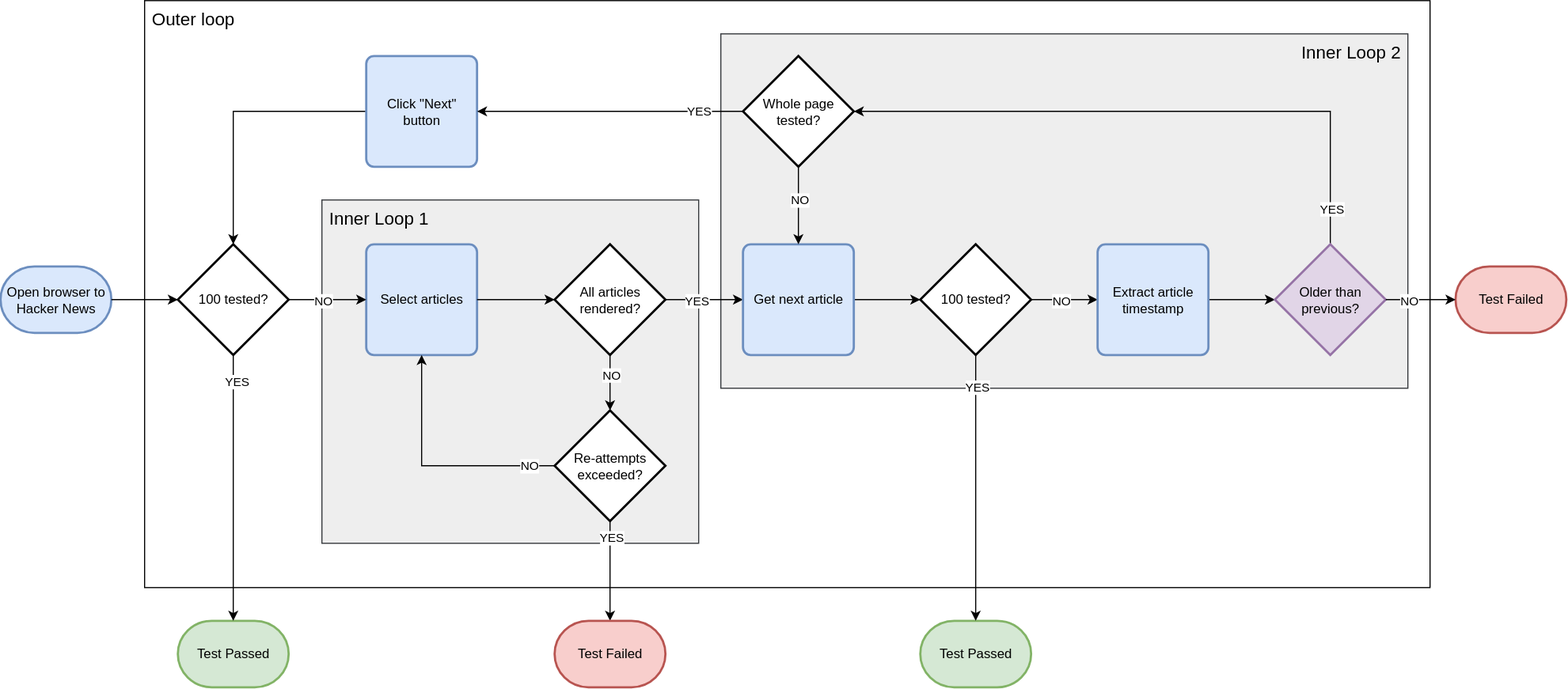
Above: demo.drawio.svg in nick-esqueda/draw.io-diagrams (draw.io), before the change. Source tidied: cells renumbered, new cells last; positions are measured from the earlier drawing's top-left corner, leaving out a move shared by most shapes.
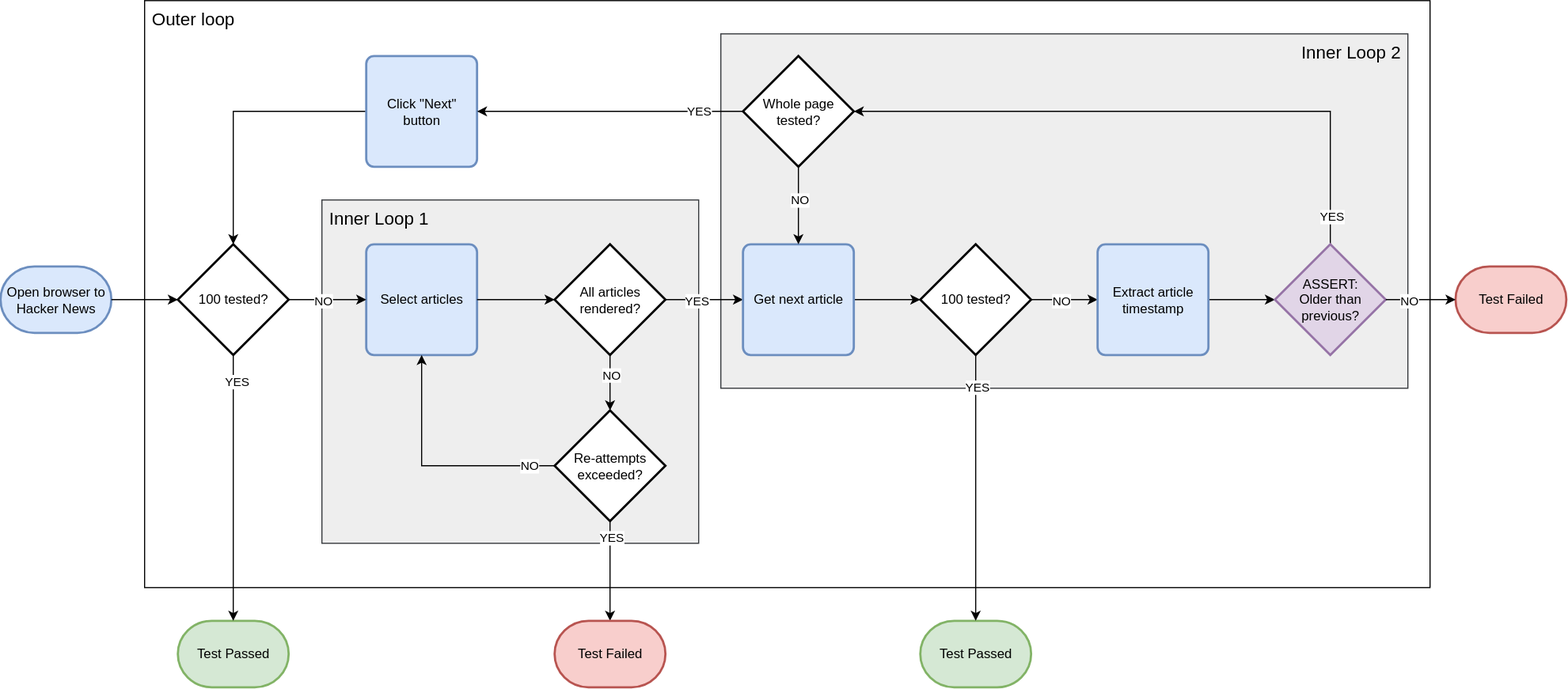
Above is the later version.

Change to the diagram source:
```diff
@@ -97,10 +97,10 @@
     </mxCell>
     <mxCell id="29" value="YES" style="edgeLabel;html=1;align=center;verticalAlign=middle;" parent="28" vertex="1">
       <mxGeometry x="-0.87" y="-3" relative="1" as="geometry">
-        <mxPoint x="-3" y="3" as="offset" />
+        <mxPoint x="-3" y="10" as="offset" />
       </mxGeometry>
     </mxCell>
-    <mxCell id="30" value="Older than previous?" style="strokeWidth=2;html=1;shape=mxgraph.flowchart.decision;whiteSpace=wrap;fillColor=#e1d5e7;strokeColor=#9673a6;" parent="1" vertex="1">
+    <mxCell id="30" value="&lt;div&gt;ASSERT:&lt;/div&gt;Older than previous?" style="strokeWidth=2;html=1;shape=mxgraph.flowchart.decision;whiteSpace=wrap;fillColor=#e1d5e7;strokeColor=#9673a6;" parent="1" vertex="1">
       <mxGeometry x="1150" y="220" width="100" height="100" as="geometry" />
     </mxCell>
     <mxCell id="31" value="YES" style="edgeStyle=orthogonalEdgeStyle;rounded=0;jettySize=auto;html=1;exitX=0;exitY=0.5;exitDx=0;exitDy=0;exitPerimeter=0;entryX=1;entryY=0.5;entryDx=0;entryDy=0;" parent="1" edge="1" source="34" target="24">
```
